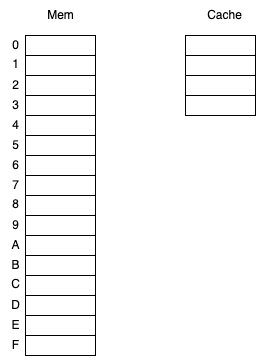
The draw.io diagram cache1.png in zhaole0606/pic, before a commit. Source tidied: cells renumbered, new cells last; positions are measured from the earlier drawing's top-left corner, leaving out a move shared by most shapes.
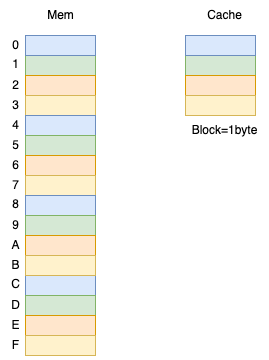
After the commit.

Change to the diagram source:
```diff
@@ -2,34 +2,34 @@
   <root>
     <mxCell id="0" />
     <mxCell id="1" parent="0" />
-    <mxCell id="2" style="rounded=0;whiteSpace=wrap;html=1;" parent="1" vertex="1">
-      <mxGeometry x="25" y="55" width="70" height="30" as="geometry" />
+    <mxCell id="2" style="rounded=0;whiteSpace=wrap;html=1;fillColor=#d5e8d4;strokeColor=#82b366;" parent="1" vertex="1">
+      <mxGeometry x="25" y="55" width="70" height="20" as="geometry" />
     </mxCell>
-    <mxCell id="3" style="rounded=0;whiteSpace=wrap;html=1;" parent="1" vertex="1">
+    <mxCell id="3" style="rounded=0;whiteSpace=wrap;html=1;fillColor=#ffe6cc;strokeColor=#d79b00;" parent="1" vertex="1">
       <mxGeometry x="25" y="75" width="70" height="20" as="geometry" />
     </mxCell>
-    <mxCell id="4" style="rounded=0;whiteSpace=wrap;html=1;" parent="1" vertex="1">
+    <mxCell id="4" style="rounded=0;whiteSpace=wrap;html=1;fillColor=#fff2cc;strokeColor=#d6b656;" parent="1" vertex="1">
       <mxGeometry x="25" y="95" width="70" height="20" as="geometry" />
     </mxCell>
-    <mxCell id="5" style="rounded=0;whiteSpace=wrap;html=1;" parent="1" vertex="1">
+    <mxCell id="5" style="rounded=0;whiteSpace=wrap;html=1;fillColor=#dae8fc;strokeColor=#6c8ebf;" parent="1" vertex="1">
       <mxGeometry x="25" y="115" width="70" height="20" as="geometry" />
     </mxCell>
-    <mxCell id="6" style="rounded=0;whiteSpace=wrap;html=1;" parent="1" vertex="1">
+    <mxCell id="6" style="rounded=0;whiteSpace=wrap;html=1;fillColor=#d5e8d4;strokeColor=#82b366;" parent="1" vertex="1">
       <mxGeometry x="25" y="135" width="70" height="20" as="geometry" />
     </mxCell>
-    <mxCell id="7" style="rounded=0;whiteSpace=wrap;html=1;" parent="1" vertex="1">
-      <mxGeometry x="25" y="155" width="70" height="30" as="geometry" />
+    <mxCell id="7" style="rounded=0;whiteSpace=wrap;html=1;fillColor=#ffe6cc;strokeColor=#d79b00;" parent="1" vertex="1">
+      <mxGeometry x="25" y="155" width="70" height="20" as="geometry" />
     </mxCell>
-    <mxCell id="8" style="rounded=0;whiteSpace=wrap;html=1;" parent="1" vertex="1">
+    <mxCell id="8" style="rounded=0;whiteSpace=wrap;html=1;fillColor=#fff2cc;strokeColor=#d6b656;" parent="1" vertex="1">
       <mxGeometry x="25" y="175" width="70" height="20" as="geometry" />
     </mxCell>
-    <mxCell id="9" style="rounded=0;whiteSpace=wrap;html=1;" parent="1" vertex="1">
+    <mxCell id="9" style="rounded=0;whiteSpace=wrap;html=1;fillColor=#dae8fc;strokeColor=#6c8ebf;" parent="1" vertex="1">
       <mxGeometry x="25" y="195" width="70" height="20" as="geometry" />
     </mxCell>
-    <mxCell id="10" style="rounded=0;whiteSpace=wrap;html=1;" parent="1" vertex="1">
+    <mxCell id="10" style="rounded=0;whiteSpace=wrap;html=1;fillColor=#d5e8d4;strokeColor=#82b366;" parent="1" vertex="1">
       <mxGeometry x="25" y="215" width="70" height="20" as="geometry" />
     </mxCell>
-    <mxCell id="11" style="rounded=0;whiteSpace=wrap;html=1;" parent="1" vertex="1">
+    <mxCell id="11" style="rounded=0;whiteSpace=wrap;html=1;fillColor=#ffe6cc;strokeColor=#d79b00;" parent="1" vertex="1">
       <mxGeometry x="25" y="235" width="70" height="20" as="geometry" />
     </mxCell>
     <mxCell id="12" value="0" style="text;html=1;align=center;verticalAlign=middle;strokeColor=none;fillColor=none;" parent="1" vertex="1">
@@ -62,19 +62,19 @@
     <mxCell id="21" value="9" style="text;html=1;align=center;verticalAlign=middle;strokeColor=none;fillColor=none;" parent="1" vertex="1">
       <mxGeometry y="210" width="30" height="30" as="geometry" />
     </mxCell>
-    <mxCell id="22" style="rounded=0;whiteSpace=wrap;html=1;" parent="1" vertex="1">
+    <mxCell id="22" style="rounded=0;whiteSpace=wrap;html=1;fillColor=#dae8fc;strokeColor=#6c8ebf;" parent="1" vertex="1">
       <mxGeometry x="25" y="35" width="70" height="20" as="geometry" />
     </mxCell>
     <mxCell id="23" value="1" style="text;html=1;align=center;verticalAlign=middle;strokeColor=none;fillColor=none;" parent="1" vertex="1">
       <mxGeometry y="49" width="30" height="30" as="geometry" />
     </mxCell>
-    <mxCell id="24" style="rounded=0;whiteSpace=wrap;html=1;" parent="1" vertex="1">
-      <mxGeometry x="25" y="275" width="70" height="30" as="geometry" />
+    <mxCell id="24" style="rounded=0;whiteSpace=wrap;html=1;fillColor=#dae8fc;strokeColor=#6c8ebf;" parent="1" vertex="1">
+      <mxGeometry x="25" y="275" width="70" height="20" as="geometry" />
     </mxCell>
-    <mxCell id="25" style="rounded=0;whiteSpace=wrap;html=1;" parent="1" vertex="1">
+    <mxCell id="25" style="rounded=0;whiteSpace=wrap;html=1;fillColor=#d5e8d4;strokeColor=#82b366;" parent="1" vertex="1">
       <mxGeometry x="25" y="295" width="70" height="20" as="geometry" />
     </mxCell>
-    <mxCell id="26" style="rounded=0;whiteSpace=wrap;html=1;" parent="1" vertex="1">
+    <mxCell id="26" style="rounded=0;whiteSpace=wrap;html=1;fillColor=#ffe6cc;strokeColor=#d79b00;" parent="1" vertex="1">
       <mxGeometry x="25" y="315" width="70" height="20" as="geometry" />
     </mxCell>
     <mxCell id="27" value="B" style="text;html=1;align=center;verticalAlign=middle;strokeColor=none;fillColor=none;" parent="1" vertex="1">
@@ -86,28 +86,28 @@
     <mxCell id="29" value="E" style="text;html=1;align=center;verticalAlign=middle;strokeColor=none;fillColor=none;" parent="1" vertex="1">
       <mxGeometry y="310" width="30" height="30" as="geometry" />
     </mxCell>
-    <mxCell id="30" style="rounded=0;whiteSpace=wrap;html=1;" parent="1" vertex="1">
+    <mxCell id="30" style="rounded=0;whiteSpace=wrap;html=1;fillColor=#fff2cc;strokeColor=#d6b656;" parent="1" vertex="1">
       <mxGeometry x="25" y="255" width="70" height="20" as="geometry" />
     </mxCell>
     <mxCell id="31" value="C" style="text;html=1;align=center;verticalAlign=middle;strokeColor=none;fillColor=none;" parent="1" vertex="1">
       <mxGeometry y="269" width="30" height="30" as="geometry" />
     </mxCell>
-    <mxCell id="32" style="rounded=0;whiteSpace=wrap;html=1;" parent="1" vertex="1">
+    <mxCell id="32" style="rounded=0;whiteSpace=wrap;html=1;fillColor=#fff2cc;strokeColor=#d6b656;" parent="1" vertex="1">
       <mxGeometry x="25" y="335" width="70" height="20" as="geometry" />
     </mxCell>
     <mxCell id="33" value="F" style="text;html=1;align=center;verticalAlign=middle;strokeColor=none;fillColor=none;" parent="1" vertex="1">
       <mxGeometry y="330" width="30" height="30" as="geometry" />
     </mxCell>
-    <mxCell id="34" style="rounded=0;whiteSpace=wrap;html=1;" parent="1" vertex="1">
-      <mxGeometry x="185" y="55" width="70" height="30" as="geometry" />
+    <mxCell id="34" style="rounded=0;whiteSpace=wrap;html=1;fillColor=#d5e8d4;strokeColor=#82b366;" parent="1" vertex="1">
+      <mxGeometry x="185" y="55" width="70" height="20" as="geometry" />
     </mxCell>
-    <mxCell id="35" style="rounded=0;whiteSpace=wrap;html=1;" parent="1" vertex="1">
+    <mxCell id="35" style="rounded=0;whiteSpace=wrap;html=1;fillColor=#ffe6cc;strokeColor=#d79b00;" parent="1" vertex="1">
       <mxGeometry x="185" y="75" width="70" height="20" as="geometry" />
     </mxCell>
-    <mxCell id="36" style="rounded=0;whiteSpace=wrap;html=1;" parent="1" vertex="1">
+    <mxCell id="36" style="rounded=0;whiteSpace=wrap;html=1;fillColor=#fff2cc;strokeColor=#d6b656;" parent="1" vertex="1">
       <mxGeometry x="185" y="95" width="70" height="20" as="geometry" />
     </mxCell>
-    <mxCell id="37" style="rounded=0;whiteSpace=wrap;html=1;" parent="1" vertex="1">
+    <mxCell id="37" style="rounded=0;whiteSpace=wrap;html=1;fillColor=#dae8fc;strokeColor=#6c8ebf;" parent="1" vertex="1">
       <mxGeometry x="185" y="35" width="70" height="20" as="geometry" />
     </mxCell>
     <mxCell id="38" value="Mem" style="text;html=1;align=center;verticalAlign=middle;strokeColor=none;fillColor=none;" parent="1" vertex="1">
@@ -116,5 +116,8 @@
     <mxCell id="39" value="Cache" style="text;html=1;align=center;verticalAlign=middle;strokeColor=none;fillColor=none;" parent="1" vertex="1">
       <mxGeometry x="194" width="60" height="30" as="geometry" />
     </mxCell>
+    <mxCell id="40" value="Block=1byte" style="text;html=1;align=center;verticalAlign=middle;strokeColor=none;fillColor=none;" parent="1" vertex="1">
+      <mxGeometry x="179" y="115" width="90" height="30" as="geometry" />
+    </mxCell>
   </root>
 </mxGraphModel>
```
